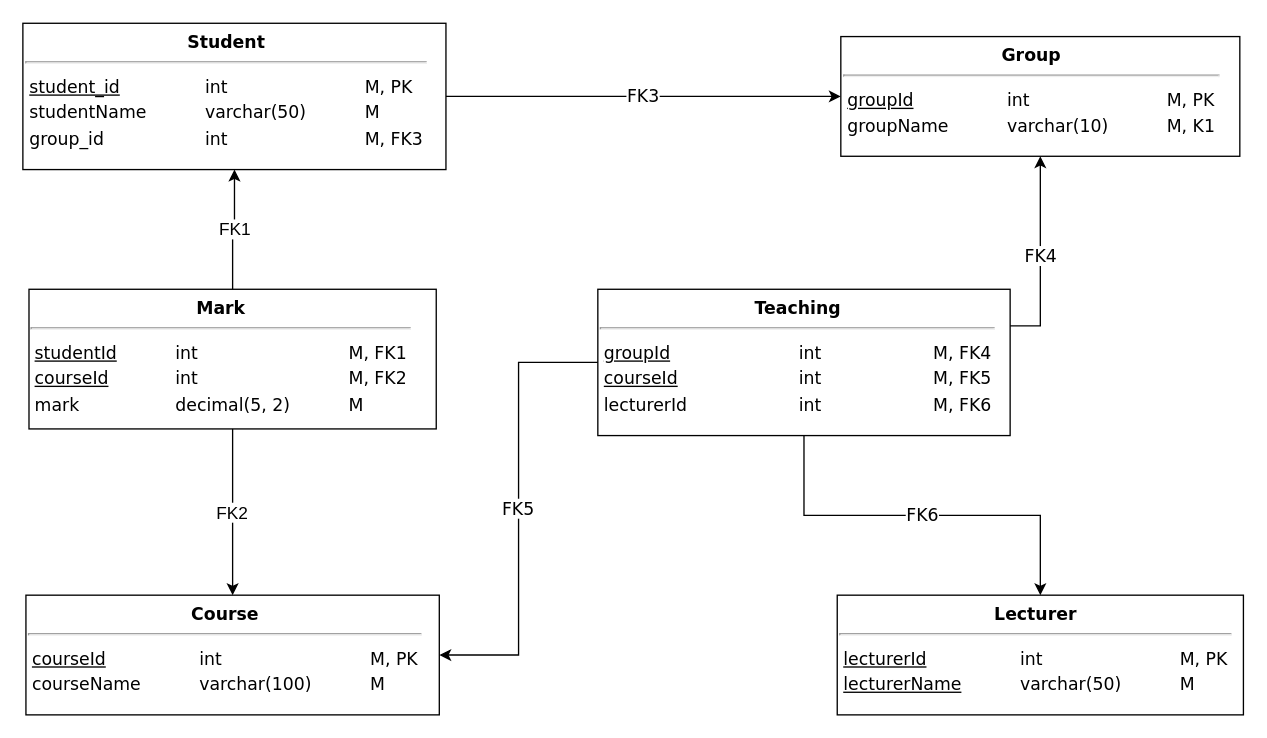
Before: hw04/src/physical-scheme.drawio in cannor147/itmo-db, a draw.io diagram. Source tidied: cells renumbered, new cells numbered last; positions are measured from the earlier drawing's top-left corner, leaving out a move shared by most shapes. Both pictures are drawn from the tidied source at 133%, with x=0, y=0 at pixel (23, 23).
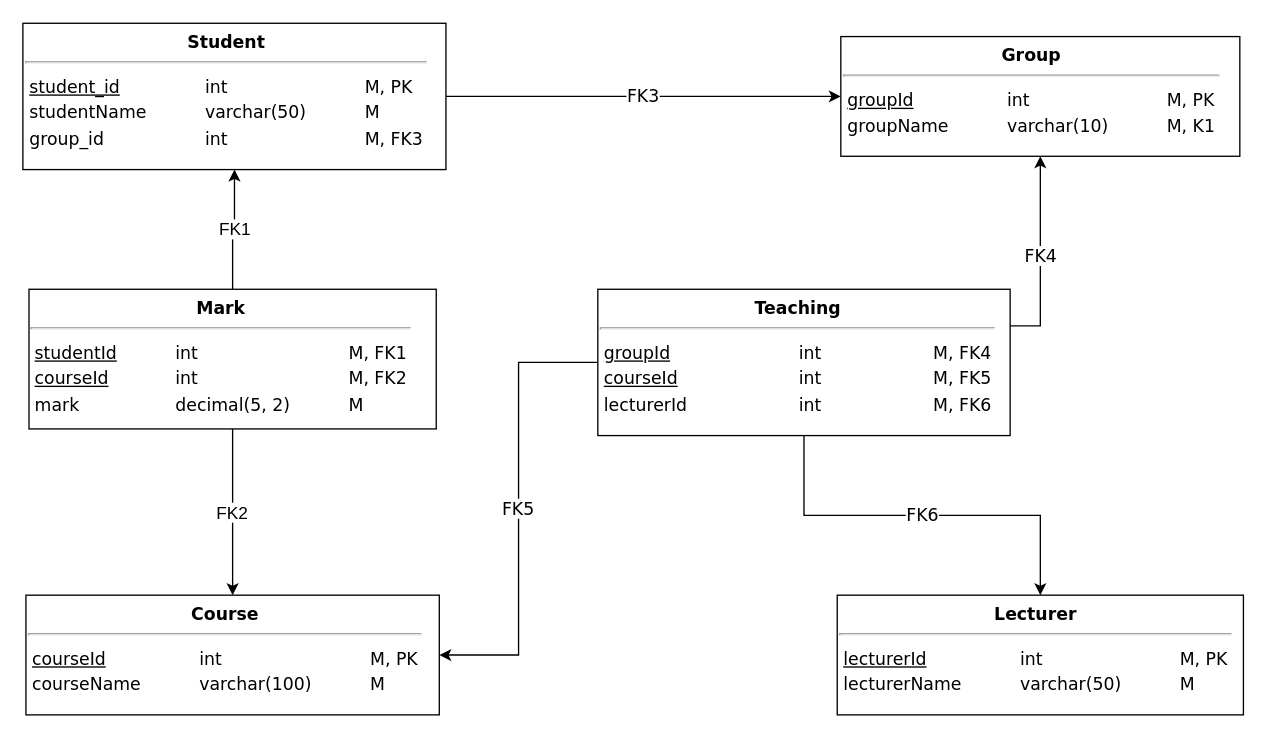
The same diagram, later.

Commit message:
fix(hw04): fixed lecturer primary keys

The edit, as a diff of the source:
```diff
@@
 <mxGraphModel>
   <root>
     <mxCell id="0" />
     <mxCell id="1" parent="0" />
     <mxCell id="2" value="FK3" style="edgeStyle=orthogonalEdgeStyle;rounded=0;jettySize=auto;html=1;fontFamily=Verdana;fontSize=13;endArrow=classic;endFill=1;startArrow=none;startFill=0;" parent="1" edge="1" source="3" target="4">
       <mxGeometry relative="1" as="geometry" />
     </mxCell>
     <mxCell id="3" value="&lt;div style=&quot;text-align: center ; font-size: 13px&quot;&gt;&lt;b style=&quot;font-size: 13px&quot;&gt;Student&lt;/b&gt;&lt;/div&gt;&lt;hr style=&quot;font-size: 13px&quot;&gt;&lt;table style=&quot;font-size: 13px&quot;&gt;&lt;tbody style=&quot;font-size: 13px&quot;&gt;&lt;tr style=&quot;font-size: 13px&quot;&gt;&lt;td style=&quot;font-size: 13px&quot;&gt;&lt;u&gt;student_id&lt;/u&gt;&lt;/td&gt;&lt;td style=&quot;font-size: 13px&quot;&gt;&lt;blockquote style=&quot;margin: 0px 0px 0px 40px ; border: none ; padding: 0px ; font-size: 13px&quot;&gt;int&lt;/blockquote&gt;&lt;/td&gt;&lt;td style=&quot;font-size: 13px&quot;&gt;&lt;blockquote style=&quot;margin: 0px 0px 0px 40px ; border: none ; padding: 0px ; font-size: 13px&quot;&gt;M, PK&lt;/blockquote&gt;&lt;/td&gt;&lt;/tr&gt;&lt;tr style=&quot;font-size: 13px&quot;&gt;&lt;td style=&quot;font-size: 13px&quot;&gt;studentName&lt;/td&gt;&lt;td style=&quot;font-size: 13px&quot;&gt;&lt;blockquote style=&quot;margin: 0px 0px 0px 40px ; border: none ; padding: 0px ; font-size: 13px&quot;&gt;varchar(50)&lt;/blockquote&gt;&lt;/td&gt;&lt;td style=&quot;font-size: 13px&quot;&gt;&lt;blockquote style=&quot;margin: 0px 0px 0px 40px ; border: none ; padding: 0px ; font-size: 13px&quot;&gt;M&lt;/blockquote&gt;&lt;/td&gt;&lt;/tr&gt;&lt;tr&gt;&lt;td&gt;group_id&lt;/td&gt;&lt;td&gt;&lt;blockquote style=&quot;margin: 0 0 0 40px ; border: none ; padding: 0px&quot;&gt;int&lt;/blockquote&gt;&lt;/td&gt;&lt;td&gt;&lt;blockquote style=&quot;margin: 0 0 0 40px ; border: none ; padding: 0px&quot;&gt;M, FK3&lt;/blockquote&gt;&lt;/td&gt;&lt;/tr&gt;&lt;/tbody&gt;&lt;/table&gt;" style="rounded=0;whiteSpace=wrap;html=1;labelBackgroundColor=none;fontFamily=Verdana;fontSize=13;align=left;verticalAlign=top;" parent="1" vertex="1">
       <mxGeometry x="-0.3" width="318.1" height="110" as="geometry" />
     </mxCell>
     <mxCell id="4" value="&lt;div style=&quot;text-align: center ; font-size: 13px&quot;&gt;&lt;b style=&quot;font-size: 13px&quot;&gt;Group&lt;/b&gt;&lt;/div&gt;&lt;hr style=&quot;font-size: 13px&quot;&gt;&lt;table style=&quot;font-size: 13px&quot;&gt;&lt;tbody style=&quot;font-size: 13px&quot;&gt;&lt;tr style=&quot;font-size: 13px&quot;&gt;&lt;td style=&quot;font-size: 13px&quot;&gt;&lt;u&gt;groupId&lt;/u&gt;&lt;/td&gt;&lt;td style=&quot;font-size: 13px&quot;&gt;&lt;blockquote style=&quot;margin: 0px 0px 0px 40px ; border: none ; padding: 0px ; font-size: 13px&quot;&gt;int&lt;/blockquote&gt;&lt;/td&gt;&lt;td style=&quot;font-size: 13px&quot;&gt;&lt;blockquote style=&quot;margin: 0px 0px 0px 40px ; border: none ; padding: 0px ; font-size: 13px&quot;&gt;M, PK&lt;/blockquote&gt;&lt;/td&gt;&lt;/tr&gt;&lt;tr style=&quot;font-size: 13px&quot;&gt;&lt;td style=&quot;font-size: 13px&quot;&gt;groupName&lt;/td&gt;&lt;td style=&quot;font-size: 13px&quot;&gt;&lt;blockquote style=&quot;margin: 0px 0px 0px 40px ; border: none ; padding: 0px ; font-size: 13px&quot;&gt;varchar(10)&lt;/blockquote&gt;&lt;/td&gt;&lt;td style=&quot;font-size: 13px&quot;&gt;&lt;blockquote style=&quot;margin: 0px 0px 0px 40px ; border: none ; padding: 0px ; font-size: 13px&quot;&gt;M, K1&lt;/blockquote&gt;&lt;/td&gt;&lt;/tr&gt;&lt;/tbody&gt;&lt;/table&gt;" style="rounded=0;whiteSpace=wrap;html=1;labelBackgroundColor=none;fontFamily=Verdana;fontSize=13;align=left;verticalAlign=top;" parent="1" vertex="1">
       <mxGeometry x="614.7" y="10" width="300" height="90" as="geometry" />
     </mxCell>
-    <mxCell id="5" value="&lt;div style=&quot;text-align: center ; font-size: 13px&quot;&gt;&lt;b style=&quot;font-size: 13px&quot;&gt;Lecturer&lt;/b&gt;&lt;/div&gt;&lt;hr style=&quot;font-size: 13px&quot;&gt;&lt;table style=&quot;font-size: 13px&quot;&gt;&lt;tbody style=&quot;font-size: 13px&quot;&gt;&lt;tr style=&quot;font-size: 13px&quot;&gt;&lt;td style=&quot;font-size: 13px&quot;&gt;&lt;u&gt;lecturerId&lt;/u&gt;&lt;br&gt;&lt;/td&gt;&lt;td style=&quot;font-size: 13px&quot;&gt;&lt;blockquote style=&quot;margin: 0px 0px 0px 40px ; border: none ; padding: 0px ; font-size: 13px&quot;&gt;int&lt;/blockquote&gt;&lt;/td&gt;&lt;td style=&quot;font-size: 13px&quot;&gt;&lt;blockquote style=&quot;margin: 0px 0px 0px 40px ; border: none ; padding: 0px ; font-size: 13px&quot;&gt;M, PK&lt;/blockquote&gt;&lt;/td&gt;&lt;/tr&gt;&lt;tr style=&quot;font-size: 13px&quot;&gt;&lt;td style=&quot;font-size: 13px&quot;&gt;&lt;u&gt;lecturerName&lt;/u&gt;&lt;br&gt;&lt;/td&gt;&lt;td style=&quot;font-size: 13px&quot;&gt;&lt;blockquote style=&quot;margin: 0px 0px 0px 40px ; border: none ; padding: 0px ; font-size: 13px&quot;&gt;varchar(50)&lt;/blockquote&gt;&lt;/td&gt;&lt;td style=&quot;font-size: 13px&quot;&gt;&lt;blockquote style=&quot;margin: 0px 0px 0px 40px ; border: none ; padding: 0px ; font-size: 13px&quot;&gt;M&lt;/blockquote&gt;&lt;/td&gt;&lt;/tr&gt;&lt;/tbody&gt;&lt;/table&gt;" style="rounded=0;whiteSpace=wrap;html=1;labelBackgroundColor=none;fontFamily=Verdana;fontSize=13;align=left;verticalAlign=top;" parent="1" vertex="1">
+    <mxCell id="5" value="&lt;div style=&quot;text-align: center ; font-size: 13px&quot;&gt;&lt;b style=&quot;font-size: 13px&quot;&gt;Lecturer&lt;/b&gt;&lt;/div&gt;&lt;hr style=&quot;font-size: 13px&quot;&gt;&lt;table style=&quot;font-size: 13px&quot;&gt;&lt;tbody style=&quot;font-size: 13px&quot;&gt;&lt;tr style=&quot;font-size: 13px&quot;&gt;&lt;td style=&quot;font-size: 13px&quot;&gt;&lt;u&gt;lecturerId&lt;/u&gt;&lt;br&gt;&lt;/td&gt;&lt;td style=&quot;font-size: 13px&quot;&gt;&lt;blockquote style=&quot;margin: 0px 0px 0px 40px ; border: none ; padding: 0px ; font-size: 13px&quot;&gt;int&lt;/blockquote&gt;&lt;/td&gt;&lt;td style=&quot;font-size: 13px&quot;&gt;&lt;blockquote style=&quot;margin: 0px 0px 0px 40px ; border: none ; padding: 0px ; font-size: 13px&quot;&gt;M, PK&lt;/blockquote&gt;&lt;/td&gt;&lt;/tr&gt;&lt;tr style=&quot;font-size: 13px&quot;&gt;&lt;td style=&quot;font-size: 13px&quot;&gt;lecturerName&lt;br&gt;&lt;/td&gt;&lt;td style=&quot;font-size: 13px&quot;&gt;&lt;blockquote style=&quot;margin: 0px 0px 0px 40px ; border: none ; padding: 0px ; font-size: 13px&quot;&gt;varchar(50)&lt;/blockquote&gt;&lt;/td&gt;&lt;td style=&quot;font-size: 13px&quot;&gt;&lt;blockquote style=&quot;margin: 0px 0px 0px 40px ; border: none ; padding: 0px ; font-size: 13px&quot;&gt;M&lt;/blockquote&gt;&lt;/td&gt;&lt;/tr&gt;&lt;/tbody&gt;&lt;/table&gt;" style="rounded=0;whiteSpace=wrap;html=1;labelBackgroundColor=none;fontFamily=Verdana;fontSize=13;align=left;verticalAlign=top;" parent="1" vertex="1">
       <mxGeometry x="612" y="430" width="305.4" height="90" as="geometry" />
     </mxCell>
     <mxCell id="6" value="&lt;div style=&quot;text-align: center ; font-size: 13px&quot;&gt;&lt;b style=&quot;font-size: 13px&quot;&gt;Course&lt;/b&gt;&lt;/div&gt;&lt;hr style=&quot;font-size: 13px&quot;&gt;&lt;table style=&quot;font-size: 13px&quot;&gt;&lt;tbody style=&quot;font-size: 13px&quot;&gt;&lt;tr style=&quot;font-size: 13px&quot;&gt;&lt;td style=&quot;font-size: 13px&quot;&gt;&lt;u&gt;courseId&lt;/u&gt;&lt;/td&gt;&lt;td style=&quot;font-size: 13px&quot;&gt;&lt;blockquote style=&quot;margin: 0px 0px 0px 40px ; border: none ; padding: 0px ; font-size: 13px&quot;&gt;int&lt;/blockquote&gt;&lt;/td&gt;&lt;td style=&quot;font-size: 13px&quot;&gt;&lt;blockquote style=&quot;margin: 0px 0px 0px 40px ; border: none ; padding: 0px ; font-size: 13px&quot;&gt;M, PK&lt;/blockquote&gt;&lt;/td&gt;&lt;/tr&gt;&lt;tr style=&quot;font-size: 13px&quot;&gt;&lt;td style=&quot;font-size: 13px&quot;&gt;courseName&lt;/td&gt;&lt;td style=&quot;font-size: 13px&quot;&gt;&lt;blockquote style=&quot;margin: 0px 0px 0px 40px ; border: none ; padding: 0px ; font-size: 13px&quot;&gt;varchar(100)&lt;/blockquote&gt;&lt;/td&gt;&lt;td style=&quot;font-size: 13px&quot;&gt;&lt;blockquote style=&quot;margin: 0px 0px 0px 40px ; border: none ; padding: 0px ; font-size: 13px&quot;&gt;M&lt;/blockquote&gt;&lt;/td&gt;&lt;/tr&gt;&lt;/tbody&gt;&lt;/table&gt;" style="rounded=0;whiteSpace=wrap;html=1;labelBackgroundColor=none;fontFamily=Verdana;fontSize=13;align=left;verticalAlign=top;" parent="1" vertex="1">
       <mxGeometry x="2" y="430" width="310.8" height="90" as="geometry" />
     </mxCell>
     <mxCell id="7" value="&lt;div style=&quot;text-align: center ; font-size: 13px&quot;&gt;&lt;b style=&quot;font-size: 13px&quot;&gt;Mark&lt;/b&gt;&lt;/div&gt;&lt;hr style=&quot;font-size: 13px&quot;&gt;&lt;table style=&quot;font-size: 13px&quot;&gt;&lt;tbody style=&quot;font-size: 13px&quot;&gt;&lt;tr style=&quot;font-size: 13px&quot;&gt;&lt;td style=&quot;font-size: 13px&quot;&gt;&lt;u&gt;studentId&lt;/u&gt;&lt;/td&gt;&lt;td style=&quot;font-size: 13px&quot;&gt;&lt;blockquote style=&quot;margin: 0px 0px 0px 40px ; border: none ; padding: 0px ; font-size: 13px&quot;&gt;int&lt;/blockquote&gt;&lt;/td&gt;&lt;td style=&quot;font-size: 13px&quot;&gt;&lt;blockquote style=&quot;margin: 0px 0px 0px 40px ; border: none ; padding: 0px ; font-size: 13px&quot;&gt;M, FK1&lt;/blockquote&gt;&lt;/td&gt;&lt;/tr&gt;&lt;tr style=&quot;font-size: 13px&quot;&gt;&lt;td style=&quot;font-size: 13px&quot;&gt;&lt;u&gt;courseId&lt;/u&gt;&lt;/td&gt;&lt;td style=&quot;font-size: 13px&quot;&gt;&lt;blockquote style=&quot;margin: 0px 0px 0px 40px ; border: none ; padding: 0px ; font-size: 13px&quot;&gt;int&lt;/blockquote&gt;&lt;/td&gt;&lt;td style=&quot;font-size: 13px&quot;&gt;&lt;blockquote style=&quot;margin: 0px 0px 0px 40px ; border: none ; padding: 0px ; font-size: 13px&quot;&gt;M, FK2&lt;/blockquote&gt;&lt;/td&gt;&lt;/tr&gt;&lt;tr style=&quot;font-size: 13px&quot;&gt;&lt;td style=&quot;font-size: 13px&quot;&gt;mark&lt;/td&gt;&lt;td style=&quot;font-size: 13px&quot;&gt;&lt;blockquote style=&quot;margin: 0px 0px 0px 40px ; border: none ; padding: 0px ; font-size: 13px&quot;&gt;decimal(5, 2)&lt;/blockquote&gt;&lt;/td&gt;&lt;td style=&quot;font-size: 13px&quot;&gt;&lt;blockquote style=&quot;margin: 0px 0px 0px 40px ; border: none ; padding: 0px ; font-size: 13px&quot;&gt;M&lt;/blockquote&gt;&lt;/td&gt;&lt;/tr&gt;&lt;/tbody&gt;&lt;/table&gt;" style="rounded=0;whiteSpace=wrap;html=1;labelBackgroundColor=none;fontFamily=Verdana;fontSize=13;align=left;verticalAlign=top;" parent="1" vertex="1">
       <mxGeometry x="4.3" y="200" width="306.2" height="105" as="geometry" />
     </mxCell>
     <mxCell id="8" value="FK1" style="endArrow=classic;html=1;rounded=0;edgeStyle=orthogonalEdgeStyle;fontSize=13;" parent="1" edge="1" source="7" target="3">
       <mxGeometry relative="1" as="geometry" />
     </mxCell>
     <mxCell id="9" value="FK2" style="endArrow=classic;html=1;rounded=0;edgeStyle=orthogonalEdgeStyle;fontSize=13;" parent="1" edge="1" source="7" target="6">
       <mxGeometry relative="1" as="geometry" />
     </mxCell>
     <mxCell id="10" value="&lt;div style=&quot;text-align: center ; font-size: 13px&quot;&gt;&lt;b style=&quot;font-size: 13px&quot;&gt;Teaching&lt;/b&gt;&lt;/div&gt;&lt;hr style=&quot;font-size: 13px&quot;&gt;&lt;table style=&quot;font-size: 13px&quot;&gt;&lt;tbody style=&quot;font-size: 13px&quot;&gt;&lt;tr style=&quot;font-size: 13px&quot;&gt;&lt;td style=&quot;font-size: 13px&quot;&gt;&lt;u&gt;groupId&lt;/u&gt;&lt;/td&gt;&lt;td style=&quot;font-size: 13px&quot;&gt;&lt;blockquote style=&quot;margin: 0 0 0 40px ; border: none ; padding: 0px&quot;&gt;&lt;blockquote style=&quot;margin: 0px 0px 0px 40px ; border: none ; padding: 0px ; font-size: 13px&quot;&gt;int&lt;/blockquote&gt;&lt;/blockquote&gt;&lt;/td&gt;&lt;td style=&quot;font-size: 13px&quot;&gt;&lt;blockquote style=&quot;margin: 0 0 0 40px ; border: none ; padding: 0px&quot;&gt;&lt;blockquote style=&quot;margin: 0px 0px 0px 40px ; border: none ; padding: 0px ; font-size: 13px&quot;&gt;M, FK4&lt;/blockquote&gt;&lt;/blockquote&gt;&lt;/td&gt;&lt;/tr&gt;&lt;tr style=&quot;font-size: 13px&quot;&gt;&lt;td style=&quot;font-size: 13px&quot;&gt;&lt;u&gt;courseId&lt;/u&gt;&lt;/td&gt;&lt;td style=&quot;font-size: 13px&quot;&gt;&lt;blockquote style=&quot;margin: 0 0 0 40px ; border: none ; padding: 0px&quot;&gt;&lt;blockquote style=&quot;margin: 0px 0px 0px 40px ; border: none ; padding: 0px ; font-size: 13px&quot;&gt;int&lt;/blockquote&gt;&lt;/blockquote&gt;&lt;/td&gt;&lt;td style=&quot;font-size: 13px&quot;&gt;&lt;blockquote style=&quot;margin: 0 0 0 40px ; border: none ; padding: 0px&quot;&gt;&lt;blockquote style=&quot;margin: 0px 0px 0px 40px ; border: none ; padding: 0px ; font-size: 13px&quot;&gt;M, FK5&lt;/blockquote&gt;&lt;/blockquote&gt;&lt;/td&gt;&lt;/tr&gt;&lt;tr&gt;&lt;td&gt;lecturerId&lt;/td&gt;&lt;td&gt;&lt;blockquote style=&quot;margin: 0 0 0 40px ; border: none ; padding: 0px&quot;&gt;&lt;blockquote style=&quot;margin: 0 0 0 40px ; border: none ; padding: 0px&quot;&gt;int&lt;/blockquote&gt;&lt;/blockquote&gt;&lt;/td&gt;&lt;td&gt;&lt;blockquote style=&quot;margin: 0 0 0 40px ; border: none ; padding: 0px&quot;&gt;&lt;blockquote style=&quot;margin: 0 0 0 40px ; border: none ; padding: 0px&quot;&gt;M, FK6&lt;/blockquote&gt;&lt;/blockquote&gt;&lt;/td&gt;&lt;/tr&gt;&lt;/tbody&gt;&lt;/table&gt;" style="rounded=0;whiteSpace=wrap;html=1;labelBackgroundColor=none;fontFamily=Verdana;fontSize=13;align=left;verticalAlign=top;" parent="1" vertex="1">
       <mxGeometry x="432" y="200" width="310" height="110" as="geometry" />
     </mxCell>
     <mxCell id="11" value="FK4" style="edgeStyle=orthogonalEdgeStyle;rounded=0;jettySize=auto;html=1;fontFamily=Verdana;fontSize=13;endArrow=classic;endFill=1;startArrow=none;startFill=0;exitX=1;exitY=0.25;exitDx=0;exitDy=0;" parent="1" edge="1" source="10" target="4">
       <mxGeometry relative="1" as="geometry" />
     </mxCell>
     <mxCell id="12" value="FK5" style="edgeStyle=orthogonalEdgeStyle;rounded=0;jettySize=auto;html=1;fontFamily=Verdana;fontSize=13;endArrow=classic;endFill=1;startArrow=none;startFill=0;exitX=0;exitY=0.5;exitDx=0;exitDy=0;entryX=1;entryY=0.5;entryDx=0;entryDy=0;" parent="1" edge="1" source="10" target="6">
       <mxGeometry relative="1" as="geometry" />
     </mxCell>
     <mxCell id="13" value="FK6" style="endArrow=none;html=1;fontFamily=Verdana;fontSize=13;rounded=0;endFill=0;startArrow=classic;startFill=1;edgeStyle=orthogonalEdgeStyle;entryX=0.5;entryY=1;entryDx=0;entryDy=0;" parent="1" edge="1" source="5" target="10">
       <mxGeometry relative="1" as="geometry" />
     </mxCell>
   </root>
 </mxGraphModel>
```
